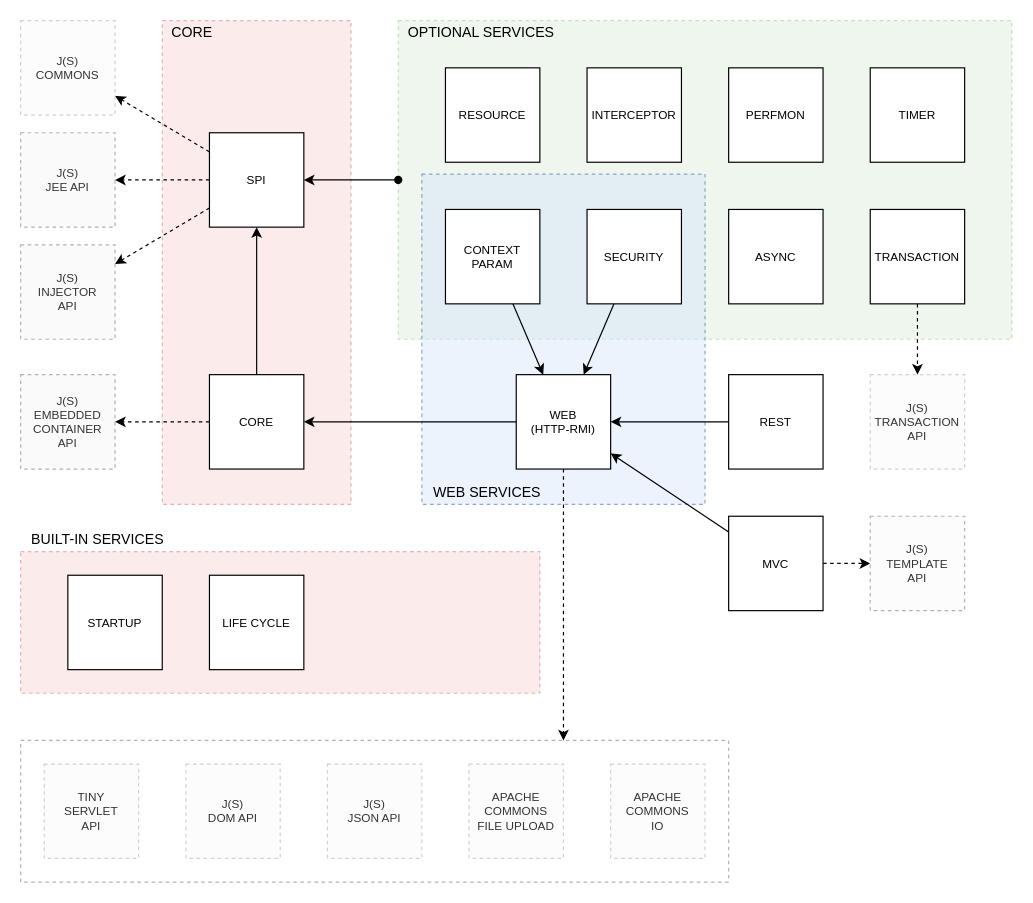
The draw.io diagram page "Container Architecture" (5 of 15) of docs/container.drawio in js-lib-com/tiny-container, before the edit. Source tidied: cells renumbered, new cells numbered last; positions are measured from the earlier drawing's top-left corner, leaving out a move shared by most shapes. Both pictures are drawn from the tidied source at 118%, with x=0, y=0 at pixel (20, 20).
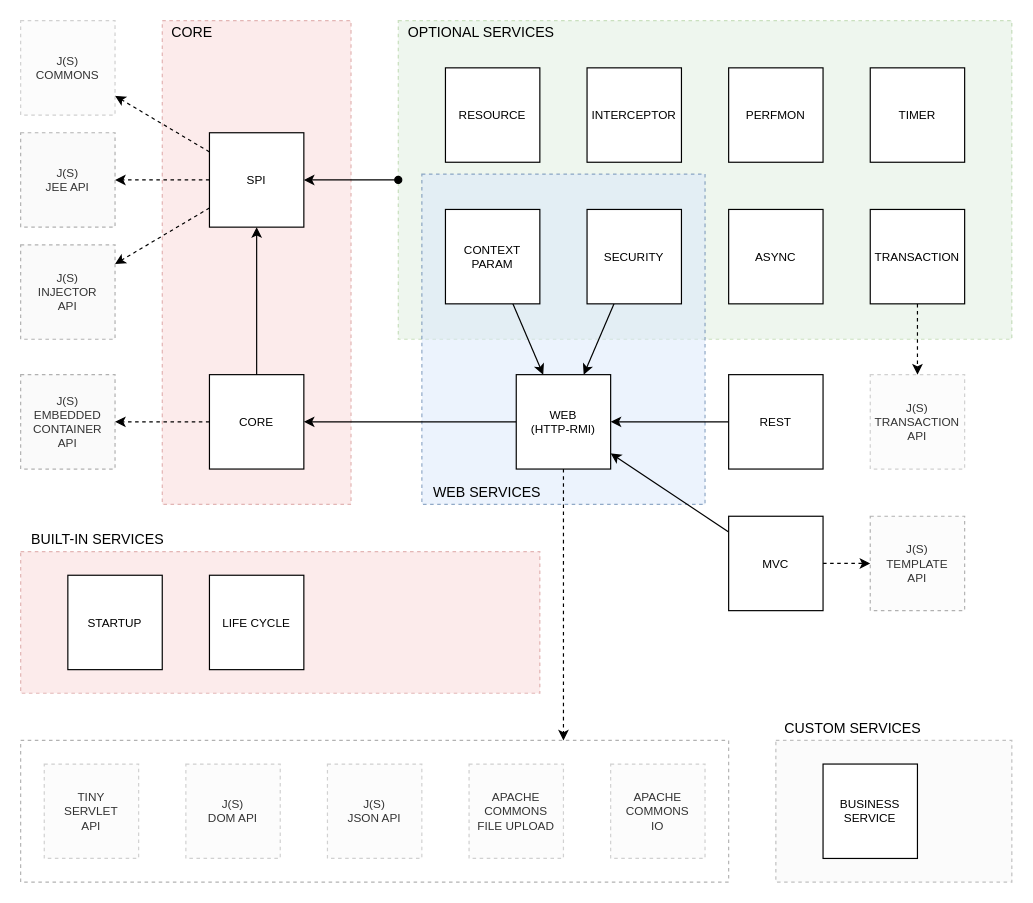
After the change.

What changed in the source:
```diff
@@
+    <mxCell id="51" style="rounded=0;whiteSpace=wrap;html=1;dashed=1;fillColor=#f5f5f5;fontColor=#333333;strokeColor=#666666;opacity=40;" parent="1" vertex="1">
+      <mxGeometry x="640" y="610" width="200" height="120" as="geometry" />
+    </mxCell>
+    <mxCell id="52" value="CUSTOM SERVICES" style="text;html=1;align=center;verticalAlign=middle;strokeColor=none;fillColor=none;" parent="1" vertex="1">
+      <mxGeometry x="640" y="590" width="130" height="20" as="geometry" />
+    </mxCell>
+    <mxCell id="53" value="BUSINESS&lt;br&gt;SERVICE" style="whiteSpace=wrap;html=1;fontSize=10;" parent="1" vertex="1">
+      <mxGeometry x="680" y="630" width="80" height="80" as="geometry" />
+    </mxCell>
```
